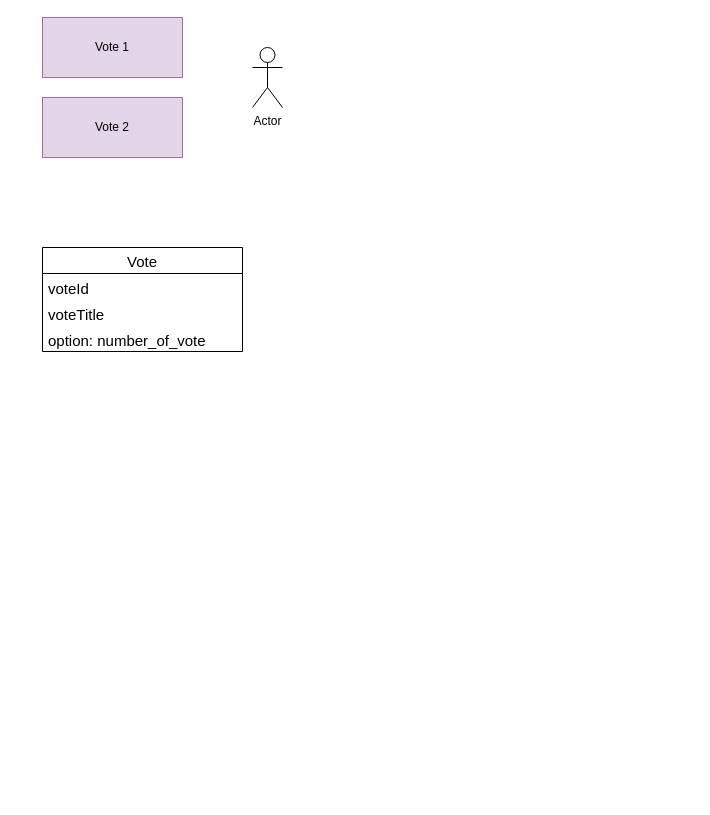
Earlier version of the draw.io diagram resource/model.drawio (mahmudahsan/flutter_firebase_vote). Source tidied: cells renumbered, new cells numbered last; positions are measured from the earlier drawing's top-left corner, leaving out a move shared by most shapes. Both pictures are drawn from the tidied source at 100%, with x=0, y=0 at pixel (42, 17).
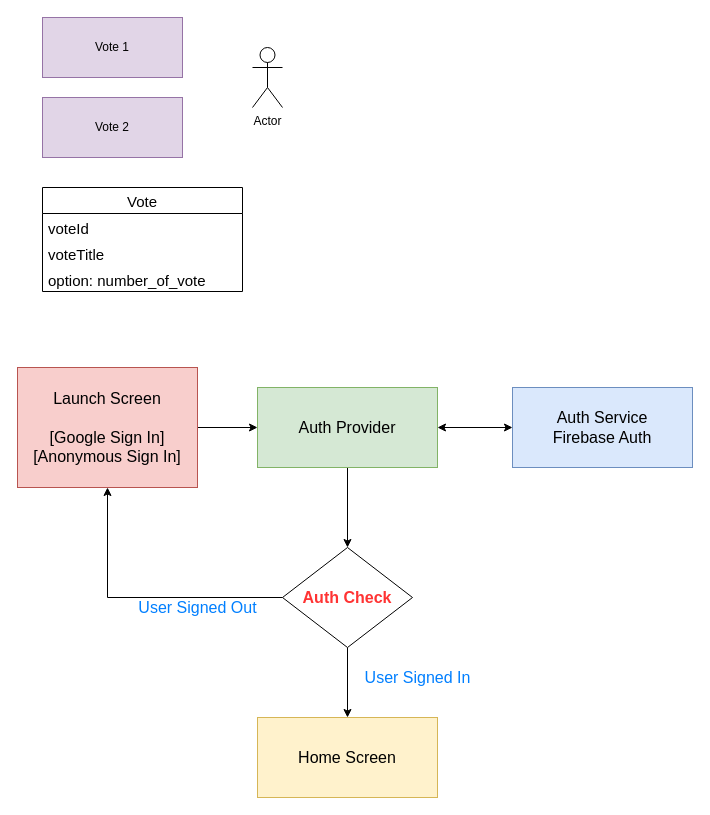
After the change.

Change to the diagram source:
```diff
@@
     <mxCell id="5" value="Vote" style="swimlane;fontStyle=0;horizontal=1;startSize=26;fillColor=none;fontSize=15;" parent="1" vertex="1">
-      <mxGeometry y="230" width="200" height="104" as="geometry" />
+      <mxGeometry y="170" width="200" height="104" as="geometry" />
     </mxCell>
@@
+    <mxCell id="9" style="edgeStyle=orthogonalEdgeStyle;rounded=0;jettySize=auto;html=1;exitX=1;exitY=0.5;exitDx=0;exitDy=0;entryX=0;entryY=0.5;entryDx=0;entryDy=0;fontSize=16;fontColor=#007FFF;" parent="1" edge="1" source="10" target="13">
+      <mxGeometry relative="1" as="geometry" />
+    </mxCell>
+    <mxCell id="10" value="Launch Screen&lt;br&gt;&lt;br style=&quot;font-size: 16px&quot;&gt;[Google Sign In]&lt;br style=&quot;font-size: 16px&quot;&gt;[Anonymous Sign In]" style="rounded=0;whiteSpace=wrap;html=1;fontSize=16;fillColor=#f8cecc;strokeColor=#b85450;" parent="1" vertex="1">
+      <mxGeometry x="-25" y="350" width="180" height="120" as="geometry" />
+    </mxCell>
+    <mxCell id="11" value="Home Screen" style="rounded=0;whiteSpace=wrap;html=1;fontSize=16;fillColor=#fff2cc;strokeColor=#d6b656;" parent="1" vertex="1">
+      <mxGeometry x="215" y="700" width="180" height="80" as="geometry" />
+    </mxCell>
+    <mxCell id="12" style="edgeStyle=orthogonalEdgeStyle;rounded=0;jettySize=auto;html=1;exitX=0.5;exitY=1;exitDx=0;exitDy=0;fontSize=16;fontColor=#007FFF;" parent="1" edge="1" source="13" target="18">
+      <mxGeometry relative="1" as="geometry" />
+    </mxCell>
+    <mxCell id="13" value="Auth Provider" style="rounded=0;whiteSpace=wrap;html=1;fontSize=16;fillColor=#d5e8d4;strokeColor=#82b366;" parent="1" vertex="1">
+      <mxGeometry x="215" y="370" width="180" height="80" as="geometry" />
+    </mxCell>
+    <mxCell id="14" value="Auth Service&lt;br&gt;Firebase Auth" style="rounded=0;whiteSpace=wrap;html=1;fontSize=16;fillColor=#dae8fc;strokeColor=#6c8ebf;" parent="1" vertex="1">
+      <mxGeometry x="470" y="370" width="180" height="80" as="geometry" />
+    </mxCell>
+    <mxCell id="15" style="endArrow=classic;startArrow=classic;html=1;fontSize=16;entryX=0;entryY=0.5;entryDx=0;entryDy=0;exitX=1;exitY=0.5;exitDx=0;exitDy=0;" parent="1" edge="1" source="13" target="14">
+      <mxGeometry relative="1" as="geometry" />
+    </mxCell>
+    <mxCell id="16" style="edgeStyle=orthogonalEdgeStyle;rounded=0;jettySize=auto;html=1;exitX=0.5;exitY=1;exitDx=0;exitDy=0;entryX=0.5;entryY=0;entryDx=0;entryDy=0;fontSize=16;fontColor=#007FFF;" parent="1" edge="1" source="18" target="11">
+      <mxGeometry relative="1" as="geometry" />
+    </mxCell>
+    <mxCell id="17" style="edgeStyle=orthogonalEdgeStyle;rounded=0;jettySize=auto;html=1;entryX=0.5;entryY=1;entryDx=0;entryDy=0;fontSize=16;fontColor=#007FFF;" parent="1" edge="1" source="18" target="10">
+      <mxGeometry relative="1" as="geometry" />
+    </mxCell>
+    <mxCell id="18" value="&lt;b&gt;&lt;font color=&quot;#ff3333&quot;&gt;Auth Check&lt;/font&gt;&lt;/b&gt;" style="rhombus;whiteSpace=wrap;html=1;fontSize=16;fontColor=#007FFF;" parent="1" vertex="1">
+      <mxGeometry x="240" y="530" width="130" height="100" as="geometry" />
+    </mxCell>
+    <mxCell id="19" value="User Signed In" style="text;html=1;align=center;verticalAlign=middle;fillColor=none;strokeColor=none;rounded=0;fontSize=16;fontColor=#007FFF;" parent="1" vertex="1">
+      <mxGeometry x="315" y="650" width="120" height="20" as="geometry" />
+    </mxCell>
+    <mxCell id="20" value="User Signed Out" style="text;html=1;align=center;verticalAlign=middle;fillColor=none;strokeColor=none;rounded=0;fontSize=16;fontColor=#007FFF;" parent="1" vertex="1">
+      <mxGeometry x="90" y="580" width="130" height="20" as="geometry" />
+    </mxCell>
```
